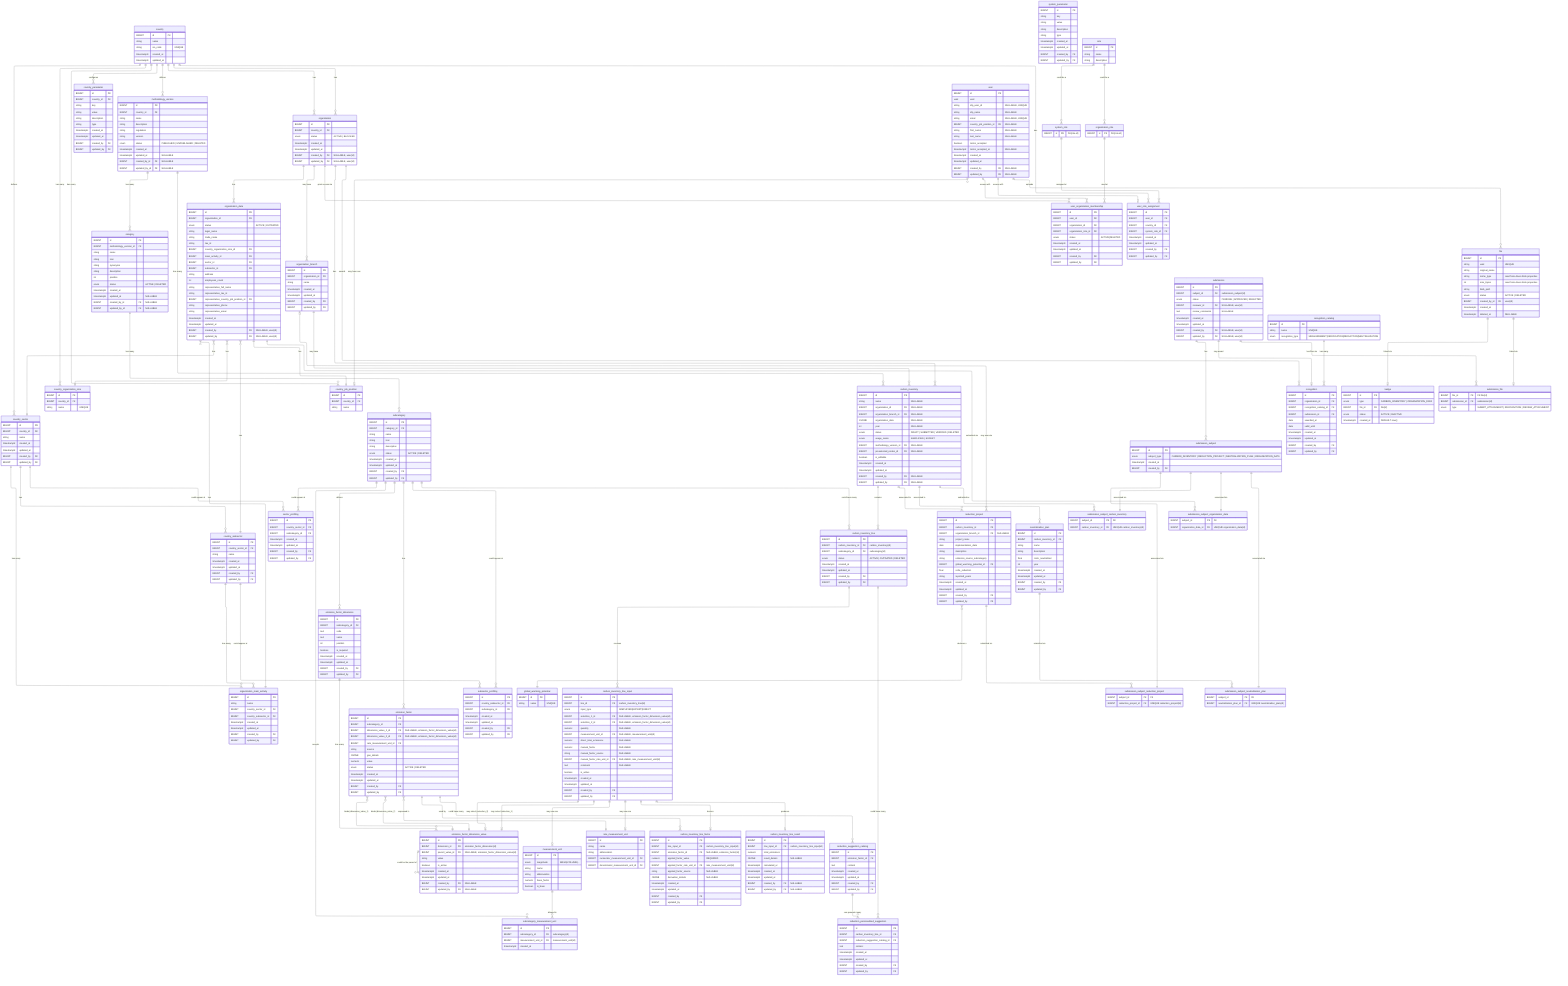
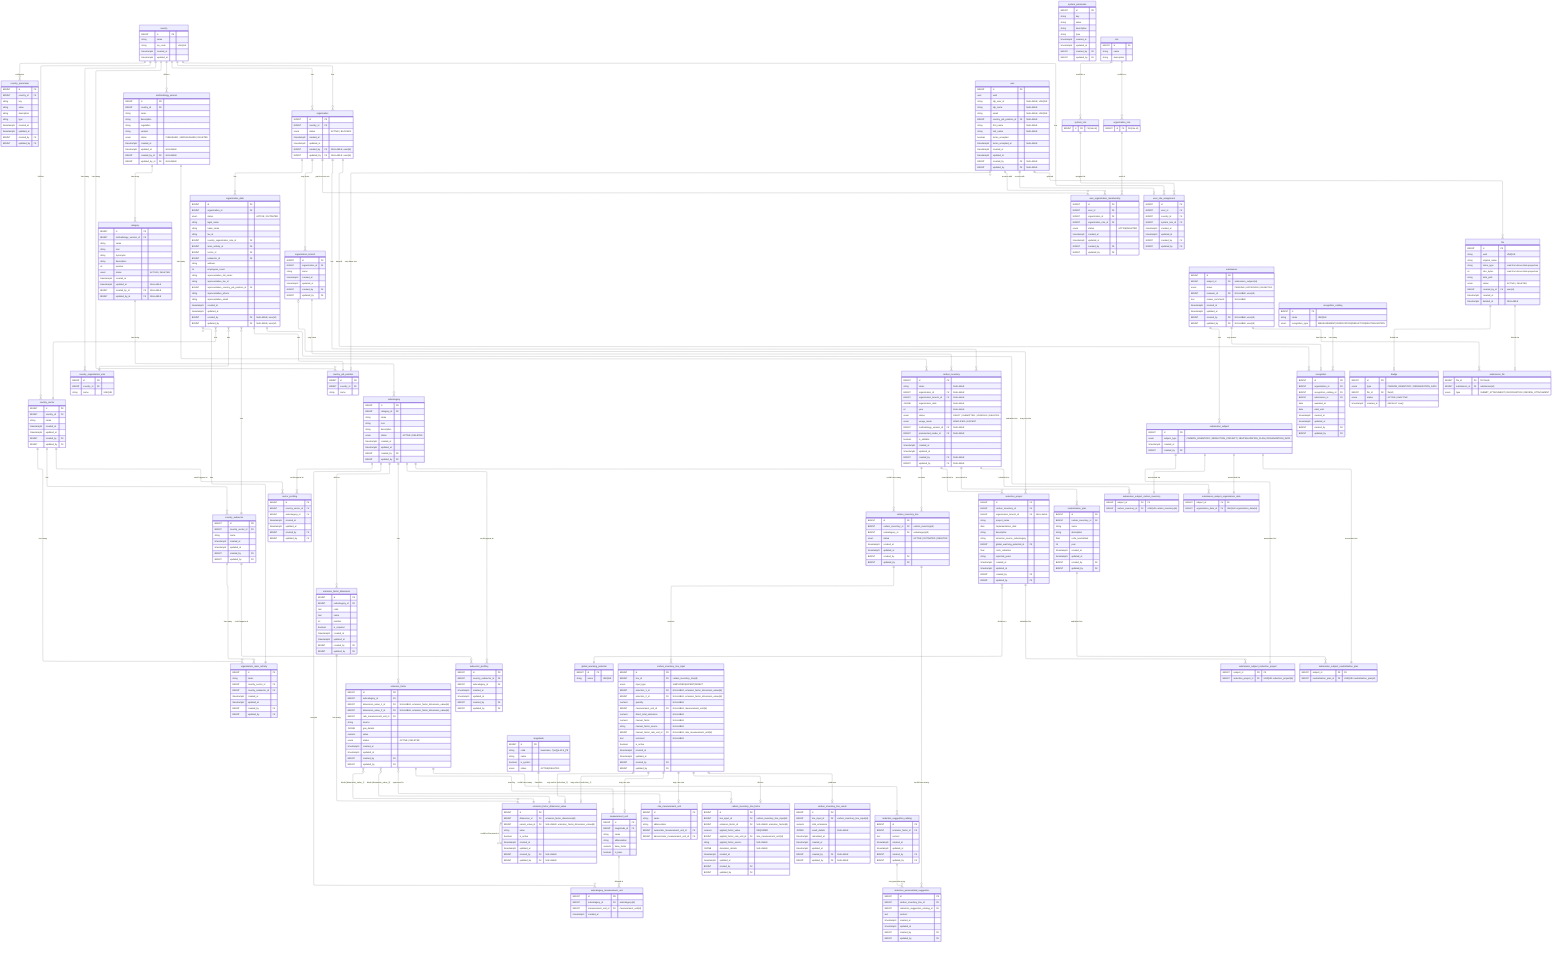
---
config:
  layout: elk
---
erDiagram
	direction TB

	%% ============================================================
	%% Design Principles
	%% ============================================================

	%% 🔷 Core Modeling Principles
	%% 	1.	Each table has a single, well-defined responsibility
	%% Tables are designed to represent one concept only (e.g. configuration, input, result, workflow), avoiding mixed concerns.

	%% 	2.	Relationships reflect real business rules, not just foreign keys
	%% Cardinalities and optionality are chosen to express domain constraints, not merely technical implementation details.

	%% 	3.	Nullability is intentional and meaningful
	%% Nullable fields indicate valid domain states (e.g. optional associations, draft data), not incomplete design.

	%% ⸻

	%% 🔷 Configuration & Reference Data
	%% 	4.	Reference data is normalized and centralized
	%% Shared concepts (statuses, units, potentials) are defined once and reused across the system.

	%% 	5.	Volatile enums are modeled as tables, not database ENUMs
	%% Any value expected to evolve (statuses, workflows) is stored in catalog tables to avoid schema migrations.

	%% 	6.	Stable physical concepts may use ENUMs
- 	%% Concepts that are scientifically stable (e.g. unit magnitude, usage mode) may use database ENUMs for safety and clarity.
+ 	%% Concepts that are scientifically stable (e.g. usage mode) may use database ENUMs for safety and clarity.
+ 	%% Note: unit magnitudes were originally an ENUM but were promoted to a `magnitude` table so country deployments can add custom magnitudes via seed/admin UI.

	%% ⸻

	%% 🔷 Methodology & Emission Factors

	%% 	7.	Methodology is versioned and country-scoped
	%% All categories, subcategories, and factors belong to a specific methodology version tied to a country.

	%% 	8.	Emission factors are defined by standardized dimensions, not free text
	%% User selections and factor matching are driven by normalized dimension values to ensure consistency and correctness.

	%% 	9.	Dimension cardinality reflects domain reality, not generic flexibility
	%% Emission factors support up to two dimensions by design, matching current methodology requirements and admin workflows.

	%% 	10.	Administrative workflows are hierarchical and sequential
	%% New entities are created top-down (category → subcategory → dimension → value → factor), enforcing consistency at each level.

	%% ⸻

	%% 🔷 Inventory & Calculation

	%% 	11.	Input, factor selection, and results are modeled as separate concerns
	%% User input, factor derivation, and calculated results are stored in distinct tables for clarity and auditability.

	%% 	12.	Results are always derived from immutable input snapshots
	%% Calculated emissions reference the exact input used, ensuring reproducibility even if inputs change later.

	%% 	13.	Historical data is preserved; updates create new versions
	%% Changes do not overwrite previous data but create new records, maintaining a complete audit trail.

	%% ⸻

	%% 🔷 Workflow & Submissions

	%% 	14.	Workflows are modeled as data, not booleans
	%% Submissions, approvals, and recognitions are represented explicitly rather than inferred from flags.

	%% 	15.	Polymorphism is handled via explicit subject tables
	%% Submissions reference a generic subject entity with concrete subtype tables, avoiding nullable polymorphic foreign keys.

	%% 	16.	Recognitions are awarded based on submissions, not raw entities
	%% This ensures all awards are traceable to a validated review process.

	%% ⸻

	%% 🔷 Audit & Governance

	%% 	17.	Audit fields are applied based on responsibility and mutability
	%% Operational tables are auditable; reference and system-owned tables may omit audit fields by design.

	%% 	18.	System-generated data does not pretend to have an author
	%% Automatically calculated results record timestamps but not created_by or updated_by.

	%% 	19.	Database constraints enforce correctness wherever possible
	%% Uniqueness, consistency, and invariants are enforced at the database level rather than relying solely on application logic.


	%% ⸻

	%% 🔷 Evolution & Maintainability

	%% 	20.	Design favors clarity and correctness over premature generalization
	%% Flexibility is introduced only when driven by real domain requirements, not hypothetical future use cases.

	%% 	21.	Future extensions are possible without breaking existing data
	%% The model anticipates evolution (e.g. new methodologies, new workflows) while keeping current usage simple and explicit.

	%% ⸻

	%% These principles are intentional.
	%% Changes to the model should preserve these invariants unless there is a clear domain-driven reason to evolve them.

	%% ============================================================
	%% 🟦 Country & configuration (7)
	%% ============================================================

	country {
		BIGINT id PK ""
		string name  ""
		string iso_code "UNIQUE"
		timestamptz created_at  ""
		timestamptz updated_at  ""
	}

	country_parameter {
		BIGINT id PK ""
		BIGINT country_id FK ""
		string key  ""
		string value  ""
		string description  ""
		string type  ""
		timestamptz created_at  ""
		timestamptz updated_at  ""
		BIGINT created_by FK ""
		BIGINT updated_by FK ""
	}

	system_parameter {
		BIGINT id PK ""
		string key  ""
		string value  ""
		string description  ""
		string type  ""
		timestamptz created_at  ""
		timestamptz updated_at  ""
		BIGINT created_by FK ""
		BIGINT updated_by FK ""
	}

	country_sector {
		BIGINT id PK ""
		BIGINT country_id FK ""
		string name  ""
		timestamptz created_at  ""
		timestamptz updated_at  ""
		BIGINT created_by FK ""
		BIGINT updated_by FK ""
	}

	country_subsector {
		BIGINT id PK ""
		BIGINT country_sector_id FK ""
		string name  ""
		timestamptz created_at  ""
		timestamptz updated_at  ""
		BIGINT created_by FK ""
		BIGINT updated_by FK ""
	}

	country_organization_size {
		BIGINT id PK ""
		BIGINT country_id FK ""
		string name  "UNIQUE"
	}

	organization_main_activity {
		BIGINT id PK ""
		string name ""
		BIGINT country_sector_id FK ""
		BIGINT country_subsector_id FK ""
		timestamptz created_at ""
		timestamptz updated_at ""
		BIGINT created_by FK ""
		BIGINT updated_by FK ""
	}

	country_job_position {
		BIGINT id PK ""
		BIGINT country_id FK ""
		string name  ""
	}

	%% ============================================================
	%% 🟩 Methodology & factors (10)
	%% ============================================================

	methodology_version {
		BIGINT id PK ""
		BIGINT country_id FK ""
		string name  ""
		string description  ""
		string regulation ""
		string version ""
		enum status "PUBLISHED | UNPUBLISHED | DELETED"
		timestamptz created_at  ""
		timestamptz updated_at  "NULLABLE"
		BIGINT created_by_id FK "NULLABLE"
		BIGINT updated_by_id FK "NULLABLE"
		%% Enforce via trigger at most 1 active per country
	}

	category {
		BIGINT id PK ""
		BIGINT methodology_version_id FK ""
		string name ""
		string icon ""
		%% just for displaying
		string synonyms ""
		%% just for displaying
		string description ""
		%% Position must be > 0 (enforced by DB CHECK constraint)
		int position ""
		enum status "ACTIVE | DELETED"
		timestamptz created_at  ""
		timestamptz updated_at  "NULLABLE"
		BIGINT created_by_id FK "NULLABLE"
		BIGINT updated_by_id FK "NULLABLE"
		%% UNIQUE(methodology_version_id, name)
		%% UNIQUE(methodology_version_id, position)
	}

	subcategory {
		BIGINT id PK ""
		BIGINT category_id FK ""
		string name  ""
		string icon ""
		%% just for displaying
		string description  ""
		enum status "ACTIVE | DELETED"
		timestamptz created_at  ""
		timestamptz updated_at  ""
		BIGINT created_by FK ""
		BIGINT updated_by FK ""
	}

	emission_factor_dimension {
		BIGINT id PK ""
		BIGINT subcategory_id FK ""
		%% Like: FUEL_GROUP, FUEL_TYPE, GAS_TYPE
		text code ""
		%% Like: Tipo de combustible, Tipo de gas
		text name ""
		%% Like: 1, 2, 3 (order in UI & logic)
		int position ""
		boolean is_required ""
		timestamptz created_at  ""
		timestamptz updated_at  ""
		BIGINT created_by FK ""
		BIGINT updated_by FK ""
		%% UNIQUE(subcategory_id, position),
		%% UNIQUE(subcategory_id, code)
	}

	emission_factor_dimension_value {
		BIGINT id PK ""
		BIGINT dimension_id FK "emission_factor_dimension(id)"
		BIGINT parent_value_id FK "NULLABLE, emission_factor_dimension_value(id)"
		%% Like: Natural gas, Diesel, Kerosene, etc
		string value ""
		boolean is_active ""
		timestamptz created_at  ""
		timestamptz updated_at  ""
		BIGINT created_by FK "NULLABLE"
		BIGINT updated_by FK "NULLABLE"
		%% UNIQUE(dimension_id, value)
	}

	emission_factor {
		BIGINT id PK ""
		BIGINT subcategory_id FK ""
		%% Emission factors currently support up to two dimensions via fixed columns.
		%% A binding table was considered for unbounded dimensions but intentionally not used to keep queries and constraints simple.
		BIGINT dimension_value_1_id FK "NULLABLE, emission_factor_dimension_value(id)"
		BIGINT dimension_value_2_id FK "NULLABLE, emission_factor_dimension_value(id)"
		BIGINT rate_measurement_unit_id FK ""
		string source  ""
		JSONB gas_details ""
		numeric value  ""
		enum status "ACTIVE | DELETED"
		timestamptz created_at  ""
		timestamptz updated_at  ""
		BIGINT created_by FK ""
		BIGINT updated_by FK ""
		%% Enforce UNIQUE (subcategory_id, dimension_value_1_id, dimension_value_2_id) WHERE status = 'ACTIVE'
	}

	sector_profiling {
		BIGINT id PK ""
		BIGINT country_sector_id FK ""
		BIGINT subcategory_id FK ""
		timestamptz created_at  ""
		timestamptz updated_at  ""
		BIGINT created_by FK ""
		BIGINT updated_by FK ""
		%% UNIQUE(country_sector_id, subcategory_id)
	}

	subsector_profiling {
		BIGINT id PK ""
		BIGINT country_subsector_id FK ""
		BIGINT subcategory_id FK ""
		timestamptz created_at  ""
		timestamptz updated_at  ""
		BIGINT created_by FK ""
		BIGINT updated_by FK ""
		%% UNIQUE(country_subsector_id, subcategory_id)
	}

+ 	magnitude {
+ 		BIGINT id PK ""
+ 		string code  "lowercase, ^[a-z][a-z0-9_]*$"
+ 		string name  ""
+ 		boolean is_system  ""
+ 		enum status  "ACTIVE|DELETED"
+ 	}
+ 
	measurement_unit {
		BIGINT id PK ""
- 		enum magnitude  "MASS|VOLUME|..."
+ 		BIGINT magnitude_id FK ""
		string name  ""
		string abbreviation  ""
		numeric base_factor  ""
		boolean is_base  ""
- 		%% Enforce UNIQUE (magnitude) WHERE is_base = true
+ 		%% Enforce UNIQUE (magnitude_id) WHERE is_base = true
	}

	rate_measurement_unit {
		BIGINT id PK ""
		string name  ""
		string abbreviation  ""
		BIGINT numerator_measurement_unit_id FK ""
		BIGINT denominator_measurement_unit_id FK ""
	}

	subcategory_measurement_unit {
		BIGINT id PK ""
		BIGINT subcategory_id FK "subcategory(id)"
		BIGINT measurement_unit_id FK "measurement_unit(id)"
		timestamptz created_at ""
		%% UNIQUE(subcategory_id, measurement_unit_id)
	}

	global_warming_potential {
		BIGINT id PK ""
		string name "UNIQUE"
		%% AR4, AR5, etc...
	}

	%% ============================================================
	%% 🟨 Organizations & users (8)
	%% ============================================================

	organization {
		BIGINT id PK
		BIGINT country_id FK
		enum status "ACTIVE | BLOCKED"
		timestamptz created_at
		timestamptz updated_at
		BIGINT created_by FK "NULLABLE, user(id)"
		BIGINT updated_by FK "NULLABLE, user(id)"
  	}

	organization_data {
		BIGINT id PK
		BIGINT organization_id FK
		enum status "ACTIVE | OUTDATED"

		%% organization data
		string legal_name
		string trade_name
		string tax_id
		BIGINT country_organization_size_id FK
		BIGINT main_activity_id FK
		BIGINT sector_id FK
		BIGINT subsector_id FK
		string address
		int employees_count

		%% representative data
		string representative_full_name
		string representative_tax_id
		BIGINT representative_country_job_position_id FK
		string representative_phone
		string representative_email

		timestamptz created_at
		timestamptz updated_at
		BIGINT created_by FK "NULLABLE, user(id)"
		BIGINT updated_by FK "NULLABLE, user(id)"
	}

	organization_branch {
		BIGINT id PK ""
		BIGINT organization_id FK ""
		string name  ""
		timestamptz created_at  ""
		timestamptz updated_at  ""
		BIGINT created_by FK ""
		BIGINT updated_by FK ""
	}

	user {
		BIGINT id PK ""
		uuid uuid  ""
		string idp_user_id "NULLABLE, UNIQUE"
		string idp_name "NULLABLE"
		string email  "NULLABLE, UNIQUE"
		BIGINT country_job_position_id FK "NULLABLE"
		string first_name "NULLABLE"
		string last_name "NULLABLE"
		boolean terms_accepted ""
		timestamptz terms_accepted_at "NULLABLE"
		timestamptz created_at  ""
		timestamptz updated_at  ""
		BIGINT created_by FK "NULLABLE"
		BIGINT updated_by FK "NULLABLE"
	}

	%% abstract parent table
	role {
		BIGINT id PK ""
		string name ""
		string description ""
	}

	system_role {
		BIGINT id PK "FK(role.id)"
	}

	organization_role {
		BIGINT id PK "FK(role.id)"
	}


	user_organization_membership {
		BIGINT id PK ""
		BIGINT user_id FK ""
		BIGINT organization_id FK ""
		BIGINT organization_role_id FK ""
		enum status "ACTIVE|DELETED"
		timestamptz created_at  ""
		timestamptz updated_at  ""
		BIGINT created_by FK ""
		BIGINT updated_by FK ""
		%% UNIQUE(user_id, organization_id, organization_role_id)
	}

	user_role_assignment {
		BIGINT id PK ""
		BIGINT user_id FK ""
		BIGINT country_id FK ""
		BIGINT system_role_id FK ""
		timestamptz created_at  ""
		timestamptz updated_at  ""
		BIGINT created_by FK ""
		BIGINT updated_by FK ""
		%% UNIQUE(user_id, country_id, system_role_id)
	}

	%% ============================================================
	%% 🟧 Inventory & calculation (9)
	%% ============================================================

	%% organization & organization_branch will be NULL when user does not belong to any org.
	carbon_inventory {
		BIGINT id PK ""
		string name "NULLABLE"
		BIGINT organization_id FK "NULLABLE"
		BIGINT organization_branch_id FK "NULLABLE"
		JSONB organization_data "NULLABLE"
		int year "NULLABLE"
		enum status "DRAFT | SUBMITTED | VERIFIED | DELETED"
		enum usage_mode "SIMPLIFIED | EXPERT"
		BIGINT methodology_version_id FK "NULLABLE"
		BIGINT preselected_nodes_id FK "NULLABLE"
		boolean is_editable ""
		timestamptz created_at  ""
		timestamptz updated_at  ""
		BIGINT created_by FK "NULLABLE"
		BIGINT updated_by FK "NULLABLE"
	}

	%% A "line" represents what is being measured (subcategory) for a given inventory.
	%% We do not store quantities/factors/selections here. It's the anchor.
	carbon_inventory_line {
		BIGINT id PK ""
		BIGINT carbon_inventory_id FK "carbon_inventory(id)"
		BIGINT subcategory_id FK "subcategory(id)"
		enum status "ACTIVE | OUTDATED | DELETED"
		timestamptz created_at  ""
		timestamptz updated_at  ""
		BIGINT created_by FK ""
		BIGINT updated_by FK ""
	}

	carbon_inventory_line_input {
		BIGINT id PK ""
		BIGINT line_id FK "carbon_inventory_line(id)"
		enum input_type "SIMPLIFIED|EXPERT|DIRECT"

		%% the "dimension selections" (more on dimension standardization in section 4)
		BIGINT selection_1_id FK "NULLABLE, emission_factor_dimension_value(id)"
		BIGINT selection_2_id FK "NULLABLE, emission_factor_dimension_value(id)"

		numeric quantity "NULLABLE"
		BIGINT measurement_unit_id FK "NULLABLE, measurement_unit(id)"

		%% For DIRECT mode:
		numeric direct_total_emissions "NULLABLE"

		%% For EXPERT mode:
		numeric manual_factor "NULLABLE"
		string manual_factor_source "NULLABLE"
		BIGINT manual_factor_rate_unit_id FK "NULLABLE, rate_measurement_unit(id)"

		text comment "NULLABLE"
		boolean is_active ""
		timestamptz created_at  ""
		timestamptz updated_at  ""
		BIGINT created_by FK ""
		BIGINT updated_by FK ""
		%% Enforce only one active input per line: UNIQUE(line_id) WHERE is_active = true
	}

	%% This stores "what factor did we use, after conversions, and why" so results are reproducible.
	carbon_inventory_line_factor {
		BIGINT id PK ""
		BIGINT line_input_id FK "carbon_inventory_line_input(id)"

		%% chosen factor: either from catalog (simplified) or null for expert/direct
		BIGINT emission_factor_id FK "NULLABLE, emission_factor(id)"

		%% normalized factor actually used in the computation (post-conversion)
		%% REQUIRED: Must always be present for result reproducibility
		numeric applied_factor_value "REQUIRED"
		BIGINT applied_factor_rate_unit_id FK "rate_measurement_unit(id)"
		string applied_factor_source "NULLABLE"

		%% optionally store a JSON blob explaining conversion steps for auditability
		JSONB derivation_details "NULLABLE"

		timestamptz created_at  ""
		timestamptz updated_at  ""
		BIGINT created_by FK ""
		BIGINT updated_by FK ""
		%% Enforce 1 factor row per input: UNIQUE(line_input_id)
	}

	carbon_inventory_line_result {
		BIGINT id PK ""
		BIGINT line_input_id FK "carbon_inventory_line_input(id)"
		numeric total_emissions ""
		%% optionally store breakdown: per-gas, CO2e, etc.
		JSONB result_details "NULLABLE"
		timestamptz calculated_at ""
		timestamptz created_at  ""
		timestamptz updated_at  ""
		BIGINT created_by FK "NULLABLE"
		BIGINT updated_by FK "NULLABLE"
		%% Ensure 1 result per input: UNIQUE(line_input_id)
	}

	reduction_suggestion_catalog {
		BIGINT id PK ""
		BIGINT emission_factor_id FK ""
		text content  ""
		timestamptz created_at  ""
		timestamptz updated_at  ""
		BIGINT created_by FK ""
		BIGINT updated_by FK ""
	}

	%% We plan to create these suggestion with AI
	reduction_personalized_suggestion {
		BIGINT id PK ""
		BIGINT carbon_inventory_line_id FK ""
		BIGINT reduction_suggestion_catalog_id FK ""
		text content  ""
		timestamptz created_at  ""
		timestamptz updated_at  ""
		BIGINT created_by FK ""
		BIGINT updated_by FK ""
	}

	reduction_project {
		BIGINT id PK ""
		BIGINT carbon_inventory_id FK ""
		BIGINT organization_branch_id FK "NULLABLE"
		string project_name  ""
		date implementation_date  ""
		string description  ""
		string emission_source_subcategory  ""
		BIGINT global_warming_potential_id FK ""
		float co2e_reduction  ""
		string reported_years  ""
		timestamptz created_at  ""
		timestamptz updated_at  ""
		BIGINT created_by FK ""
		BIGINT updated_by FK ""
	}

	neutralization_plan {
		BIGINT id PK ""
		BIGINT carbon_inventory_id FK ""
		string name  ""
		string description  ""
		float co2e_neutralized  ""
		int year  ""
		timestamptz created_at  ""
		timestamptz updated_at  ""
		BIGINT created_by FK ""
		BIGINT updated_by FK ""
	}

	%% ============================================================
	%% 🟥 Submissions & recognition (7)
	%% ============================================================

	%% Read the docs about the submissions model design here: https://www.notion.so/Modelo-E-R-para-Submissions-2d318d2c8901805ab8f9eed2a9d9d702?source=copy_link
	%% The data within this table is immutable once created
	submission_subject {
		BIGINT id PK ""
		enum subject_type "CARBON_INVENTORY | REDUCTION_PROJECT | NEUTRALIZATION_PLAN | ORGANIZATION_DATA"
		timestamptz created_at  ""
		BIGINT created_by FK ""
	}

	%% The data within this table is immutable once created
	submission_subject_carbon_inventory {
		BIGINT subject_id PK "FK"
		BIGINT carbon_inventory_id FK "UNIQUE carbon_inventory(id)"
	}

	%% The data within this table is immutable once created
	submission_subject_reduction_project {
		BIGINT subject_id PK "FK"
		BIGINT reduction_project_id FK "UNIQUE reduction_project(id)"
	}

	%% The data within this table is immutable once created
	submission_subject_neutralization_plan {
		BIGINT subject_id PK "FK"
		BIGINT neutralization_plan_id FK "UNIQUE neutralization_plan(id)"
	}

	%% The data within this table is immutable once created
	submission_subject_organization_data {
		BIGINT subject_id PK "FK"
		BIGINT organization_data_id FK "UNIQUE organization_data(id)"
	}

	submission {
		BIGINT id PK ""
		BIGINT subject_id FK "submission_subject(id)"
		enum status "PENDING | APPROVED | REJECTED"
		BIGINT reviewer_id FK "NULLABLE, user(id)"
		text review_comments "NULLABLE"
		timestamptz created_at  ""
		timestamptz updated_at  ""
		BIGINT created_by FK "NULLABLE, user(id)"
		BIGINT updated_by FK "NULLABLE, user(id)"
		%% UNIQUE INDEX on subject_id WHERE status IN ('PENDING', 'APPROVED')
	}

	recognition_catalog {
		BIGINT id PK ""
		string name "UNIQUE"
		enum recognition_type  "MEASUREMENT|VERIFICATION|REDUCTION|NEUTRALIZATION"
	}

	recognition {
		BIGINT id PK ""
		BIGINT organization_id FK ""
		BIGINT recognition_catalog_id FK ""
		BIGINT submission_id FK ""
		date awarded_at  ""
		date valid_until  ""
		timestamptz created_at  ""
		timestamptz updated_at  ""
		BIGINT created_by FK ""
		BIGINT updated_by FK ""
	}

	%% ============================================================
	%% 🟪 Files & attachments (3)
	%% ============================================================

	%% Generic file metadata table. Ownership is resolved via link tables
	%% (badge, submission_file) following the same polymorphic pattern used by submission_subject.
	%% mime_type and size_bytes are read from Azure blob properties at confirm-upload time,
	%% not provided by the client.
	file {
		BIGINT id PK ""
		string uuid "UNIQUE"
		string original_name ""
		string mime_type "read from Azure blob properties"
		int size_bytes "read from Azure blob properties"
		string blob_path ""
		enum status "ACTIVE | DELETED"
		BIGINT created_by_id FK "user(id)"
		timestamptz created_at ""
		timestamptz deleted_at "NULLABLE"
	}

	%% Link table: file ↔ badge type
	%% Only one badge per type may have status ACTIVE at a time.
	%% Uploading a new badge automatically sets the previous one to INACTIVE.
	badge {
		BIGINT id PK ""
		enum type "CARBON_INVENTORY | ORGANIZATION_DATA"
		BIGINT file_id FK "file(id)"
		enum status "ACTIVE | INACTIVE"
		timestamptz created_at "DEFAULT now()"
	}

	%% Link table: file ↔ submission
	%% type distinguishes between document attachments and recognition certificates.
	submission_file {
		BIGINT file_id PK "FK file(id)"
		BIGINT submission_id FK "submission(id)"
		enum type "SUBMIT_ATTACHMENT | RECOGNITION | REVIEW_ATTACHMENT"
	}

	%% ============================================================
	%% Others
	%% ============================================================


%% ============================================================
%% Relationships
%% ============================================================

country
	country ||--o{ country_parameter : "configures"
	country ||--o{ country_sector : "defines"
	country ||--o{ methodology_version : "defines"
	country ||--o{ organization : "has"
	country ||--o{ user_role_assignment : "has"
	country ||--o{ country_organization_size: "has many"
	country ||--o{ country_job_position : "has many"
	country ||--o{ organization : "has"

country_sector
	country_sector ||--o{ country_subsector : "has"
	country_sector ||--o{ sector_profiling : "could appear at"
	country_sector ||--o{ organization_main_activity : "has many"

country_subsector
	country_subsector ||--o{ subsector_profiling : "could appear at"
	country_subsector ||--o{ organization_main_activity : "has many"

organization
	organization ||--o{ carbon_inventory : "has"
	organization ||--o{ organization_branch : "may have"
	organization ||--o{ recognition : "awards"
	organization ||--o{ user_organization_membership : "grant access via"
	organization ||--o{ organization_data : "has"

organization_data
	organization_data }o--|| country_organization_size : "has"
	organization_data }o--|| country_sector : "has"
	organization_data }o--|| country_subsector : "has"
	organization_data ||--|| country_job_position : "has"
	organization_data ||--o{ submission_subject_organization_data : "submitted via"
	organization_data }o--|| organization_main_activity : "has"


organization_branch
	organization_branch |o--o{ reduction_project : "may execute"
	organization_branch ||--o{ carbon_inventory : "may have"

recognition_catalog
	recognition_catalog ||--o{ recognition  : "has many"

role
	role ||--o{ system_role : "could be a"
	role ||--o{ organization_role : "could be a"
	organization_role ||--o{ user_organization_membership : "used at"
	system_role ||--o{ user_role_assignment : "assigned at"

user
	user ||--o{ user_organization_membership : "access with"
	user }o--o| country_job_position : "may have one"
	user ||--o| user_role_assignment : "access with"
	user ||--o{ file : "uploads"

methodology_version
	methodology_version ||--o{ carbon_inventory : "has many"
	methodology_version ||--o{ category : "has many"

category
	category ||--o{ subcategory : "has many"

subcategory
	subcategory ||--o{ emission_factor_dimension: "defines"
	%% A subcategory may exist with zero emission factors:
	subcategory ||--o{ emission_factor: "has"
	subcategory ||--o{ sector_profiling: "could appear at"
	subcategory ||--o{ subsector_profiling: "could appear at"
	subcategory ||--o{ carbon_inventory_line: "could have many"
	subcategory ||--o{ subcategory_measurement_unit: "accepts"

+ magnitude
+ 	magnitude ||--o{ measurement_unit: "classifies"
+ 
measurement_unit
	measurement_unit ||--o{ subcategory_measurement_unit: "allowed in"

emission_factor_dimension
	emission_factor_dimension ||--o{ emission_factor_dimension_value : "has many"

emission_factor_dimension_value
	emission_factor_dimension_value ||--o{ emission_factor_dimension_value : "could be the parent of"

emission_factor
	emission_factor ||--o{ reduction_suggestion_catalog : "could have many"
	emission_factor ||--o{ carbon_inventory_line_factor : "used by"
	emission_factor }o--|| rate_measurement_unit : "expressed in"
	%% At most 2 values, depending on subcategory configuration:
	emission_factor }o--|| emission_factor_dimension_value : "binds (dimension_value_1)"
	emission_factor }o--|| emission_factor_dimension_value : "binds (dimension_value_2)"

carbon_inventory
	carbon_inventory ||--o{ carbon_inventory_line: "contains"
	carbon_inventory ||--o{ submission_subject_carbon_inventory: "submitted as"
	carbon_inventory ||--o{ neutralization_plan: "associated to"
	carbon_inventory ||--o{ reduction_project: "associated to"

carbon_inventory_line
	carbon_inventory_line ||--o{ reduction_personalized_suggestion: "could have many"
	carbon_inventory_line ||--o{ carbon_inventory_line_input: "receives"

carbon_inventory_line_input
	carbon_inventory_line_input ||--o| emission_factor_dimension_value: "may select (selection_1)"
	carbon_inventory_line_input ||--o| emission_factor_dimension_value: "may select (selection_2)"
	carbon_inventory_line_input ||--o| measurement_unit: "may use one"
	carbon_inventory_line_input ||--o| rate_measurement_unit: "may use one"
	carbon_inventory_line_input ||--o| carbon_inventory_line_factor: "derives"
	carbon_inventory_line_input ||--o| carbon_inventory_line_result: "produces"

submission_subject
	submission_subject ||--|| submission_subject_carbon_inventory : "associated via"
	submission_subject ||--|| submission_subject_reduction_project : "associated via"
	submission_subject ||--|| submission_subject_neutralization_plan : "associated via"
	submission_subject ||--|| submission_subject_organization_data : "associated via"

submission
	submission ||--o| recognition: "may award"
	submission ||--o{ submission_subject: "has"
	submission ||--o{ submission_file: "has files via"

neutralization_plan
	neutralization_plan ||--o{ submission_subject_neutralization_plan : "submitted via"

reduction_project
	reduction_project ||--o{ submission_subject_reduction_project : "submitted via"
	reduction_project }o--|| global_warming_potential : "declares a"

reduction_suggestion_catalog
	reduction_suggestion_catalog ||--o{ reduction_personalized_suggestion : "can generate many"

file
	file ||--o| badge : "linked via"
	file ||--o| submission_file : "linked via"